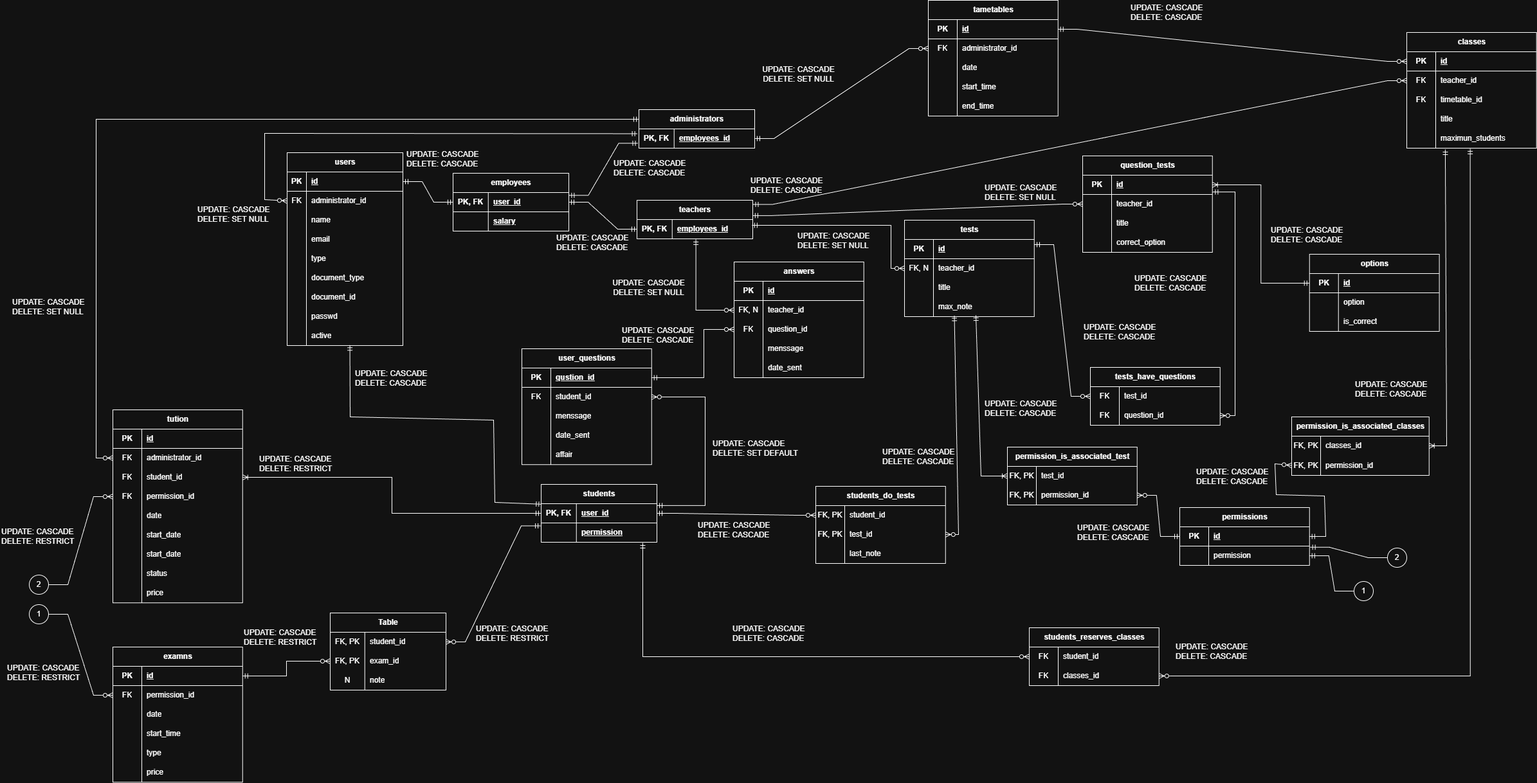
Above: DisenoBD/disenoLogicoAutoquiray.drawio.png in Timmo230/autoquiray (draw.io), before the change. Source tidied: cells renumbered, new cells last; positions are measured from the earlier drawing's top-left corner, leaving out a move shared by most shapes.
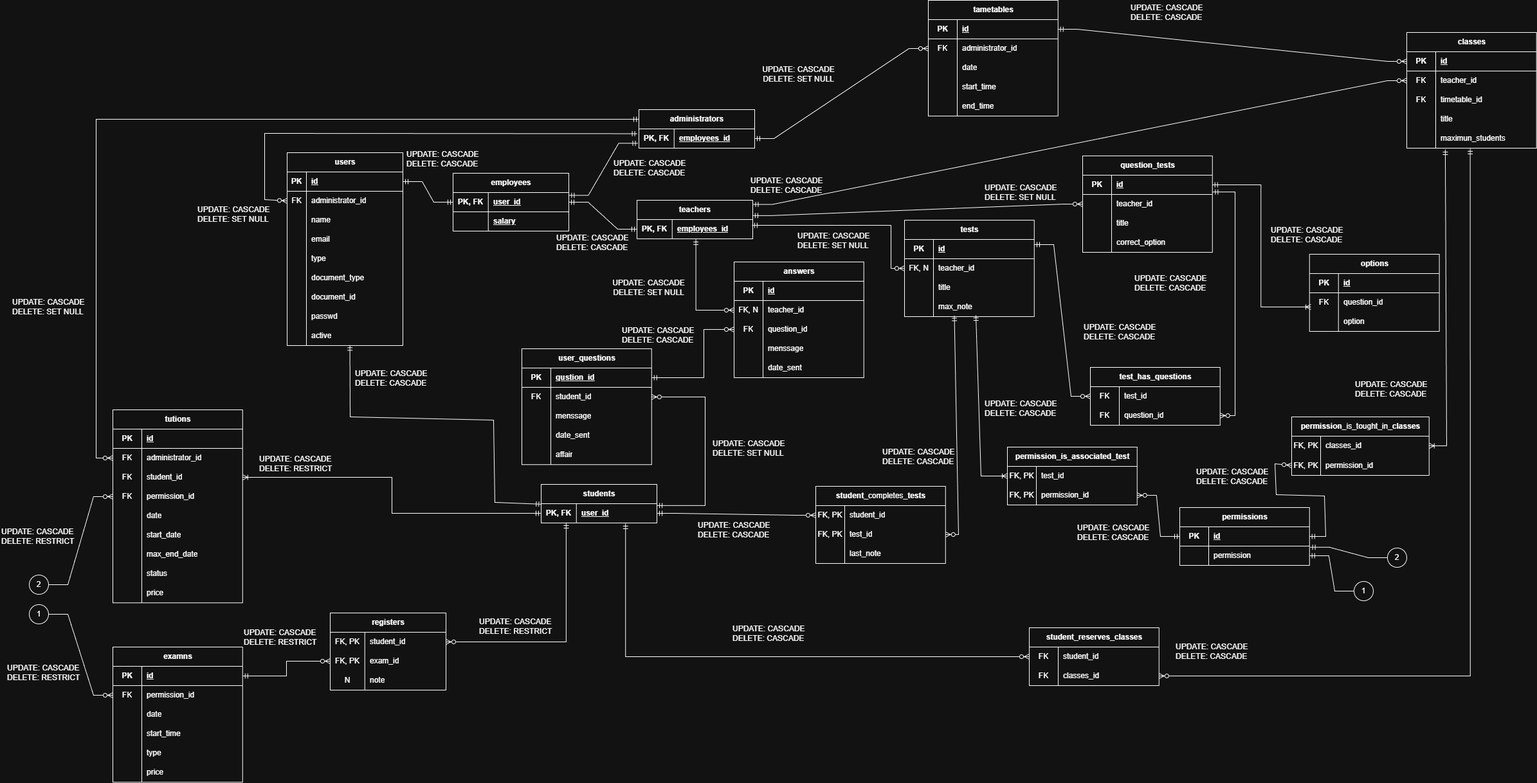
The same file after the commit.

Diff of the diagram source:
```diff
@@ -111,7 +111,7 @@
       <mxGeometry x="54.8" width="125.2" height="30" as="geometry" />
     </mxCell>
     <mxCell id="38" value="students" style="shape=table;startSize=30;rowLines=0;fontStyle=1;align=center;html=1;" parent="1" vertex="1">
-      <mxGeometry x="841" y="753" width="180" height="90" as="geometry" />
+      <mxGeometry x="841" y="753" width="180" height="60" as="geometry" />
     </mxCell>
     <mxCell id="39" style="shape=tableRow;horizontal=0;startSize=0;swimlaneHead=0;swimlaneBody=0;fillColor=none;points=[[0,0.5],[1,0.5]];portConstraint=eastwest;top=0;left=0;right=0;bottom=1;" parent="38" vertex="1">
       <mxGeometry y="30" width="180" height="30" as="geometry" />
@@ -122,15 +122,6 @@
     <mxCell id="41" value="user_id" style="shape=partialRectangle;fillColor=none;top=0;left=0;bottom=0;right=0;align=left;spacingLeft=6;fontStyle=5;overflow=hidden;whiteSpace=wrap;html=1;" parent="39" vertex="1">
       <mxGeometry x="54.8" width="125.2" height="30" as="geometry" />
     </mxCell>
-    <mxCell id="42" style="shape=tableRow;horizontal=0;startSize=0;swimlaneHead=0;swimlaneBody=0;fillColor=none;points=[[0,0.5],[1,0.5]];portConstraint=eastwest;top=0;left=0;right=0;bottom=1;" parent="38" vertex="1">
-      <mxGeometry y="60" width="180" height="30" as="geometry" />
-    </mxCell>
-    <mxCell id="43" style="shape=partialRectangle;fillColor=none;top=0;left=0;bottom=0;right=0;fontStyle=1;overflow=hidden;whiteSpace=wrap;html=1;" parent="42" vertex="1">
-      <mxGeometry width="54.8" height="30" as="geometry" />
-    </mxCell>
-    <mxCell id="44" value="permission" style="shape=partialRectangle;fillColor=none;top=0;left=0;bottom=0;right=0;align=left;spacingLeft=6;fontStyle=5;overflow=hidden;whiteSpace=wrap;html=1;" parent="42" vertex="1">
-      <mxGeometry x="54.8" width="125.2" height="30" as="geometry" />
-    </mxCell>
     <mxCell id="45" value="UPDATE: CASCADE&lt;div&gt;DELETE: CASCADE&lt;/div&gt;" style="text;html=1;whiteSpace=wrap;strokeColor=none;fillColor=none;align=left;verticalAlign=middle;rounded=0;" parent="1" vertex="1">
       <mxGeometry x="550" y="573" width="120" height="30" as="geometry" />
     </mxCell>
@@ -289,7 +280,7 @@
         </Array>
       </mxGeometry>
     </mxCell>
-    <mxCell id="95" value="students_do_tests" style="shape=table;startSize=30;rowLines=0;fontStyle=1;align=center;html=1;" parent="1" vertex="1">
+    <mxCell id="95" value="student_&lt;span style=&quot;font-weight: 400; text-wrap-mode: wrap;&quot;&gt;completes&lt;/span&gt;_tests" style="shape=table;startSize=30;rowLines=0;fontStyle=1;align=center;html=1;" parent="1" vertex="1">
       <mxGeometry x="1268" y="756" width="201.8" height="120" as="geometry" />
     </mxCell>
     <mxCell id="96" style="shape=tableRow;horizontal=0;startSize=0;swimlaneHead=0;swimlaneBody=0;fillColor=none;points=[[0,0.5],[1,0.5]];portConstraint=eastwest;top=0;left=0;right=0;bottom=0;" parent="95" vertex="1">
@@ -368,7 +359,7 @@
     <mxCell id="119" value="correct_option" style="shape=partialRectangle;fillColor=none;top=0;left=0;bottom=0;right=0;align=left;spacingLeft=6;overflow=hidden;whiteSpace=wrap;html=1;" parent="117" vertex="1">
       <mxGeometry x="45" width="156.8" height="30" as="geometry" />
     </mxCell>
-    <mxCell id="120" value="tests_have_questions" style="shape=table;startSize=30;rowLines=0;fontStyle=1;align=center;html=1;" parent="1" vertex="1">
+    <mxCell id="120" value="test_has_questions" style="shape=table;startSize=30;rowLines=0;fontStyle=1;align=center;html=1;" parent="1" vertex="1">
       <mxGeometry x="1695" y="571" width="201.8" height="90" as="geometry" />
     </mxCell>
     <mxCell id="121" style="shape=tableRow;horizontal=0;startSize=0;swimlaneHead=0;swimlaneBody=0;fillColor=none;points=[[0,0.5],[1,0.5]];portConstraint=eastwest;top=0;left=0;right=0;bottom=0;" parent="120" vertex="1">
@@ -449,7 +440,7 @@
     <mxCell id="144" value="maximun_students" style="shape=partialRectangle;fillColor=none;top=0;left=0;bottom=0;right=0;align=left;spacingLeft=6;overflow=hidden;whiteSpace=wrap;html=1;" parent="142" vertex="1">
       <mxGeometry x="45" width="156.8" height="30" as="geometry" />
     </mxCell>
-    <mxCell id="145" value="students_reserves_classes" style="shape=table;startSize=30;rowLines=0;fontStyle=1;align=center;html=1;" parent="1" vertex="1">
+    <mxCell id="145" value="student_reserves_classes" style="shape=table;startSize=30;rowLines=0;fontStyle=1;align=center;html=1;" parent="1" vertex="1">
       <mxGeometry x="1600" y="976" width="201.8" height="90" as="geometry" />
     </mxCell>
     <mxCell id="146" style="shape=tableRow;horizontal=0;startSize=0;swimlaneHead=0;swimlaneBody=0;fillColor=none;points=[[0,0.5],[1,0.5]];portConstraint=eastwest;top=0;left=0;right=0;bottom=0;" parent="145" vertex="1">
@@ -470,13 +461,8 @@
     <mxCell id="151" value="classes_id" style="shape=partialRectangle;fillColor=none;top=0;left=0;bottom=0;right=0;align=left;spacingLeft=6;overflow=hidden;whiteSpace=wrap;html=1;" parent="149" vertex="1">
       <mxGeometry x="45" width="156.8" height="30" as="geometry" />
     </mxCell>
-    <mxCell id="152" style="edgeStyle=elbowEdgeStyle;fontSize=12;html=1;endArrow=ERzeroToMany;startArrow=ERmandOne;rounded=0;entryX=0;entryY=0.5;entryDx=0;entryDy=0;" parent="1" edge="1" target="146">
-      <mxGeometry relative="1" as="geometry">
-        <mxPoint x="999" y="844" as="sourcePoint" />
-        <Array as="points">
-          <mxPoint x="999" y="897" />
-        </Array>
-      </mxGeometry>
+    <mxCell id="152" style="edgeStyle=orthogonalEdgeStyle;fontSize=12;html=1;endArrow=ERzeroToMany;startArrow=ERmandOne;rounded=0;entryX=0;entryY=0.5;entryDx=0;entryDy=0;exitX=0.729;exitY=1.03;exitDx=0;exitDy=0;exitPerimeter=0;" parent="1" edge="1" source="39" target="146">
+      <mxGeometry relative="1" as="geometry" />
     </mxCell>
     <mxCell id="153" style="edgeStyle=orthogonalEdgeStyle;fontSize=12;html=1;endArrow=ERzeroToMany;startArrow=ERmandOne;rounded=0;exitX=0.489;exitY=1.029;exitDx=0;exitDy=0;exitPerimeter=0;" parent="1" edge="1" source="142" target="149">
       <mxGeometry relative="1" as="geometry" />
@@ -562,7 +548,7 @@
     <mxCell id="178" value="UPDATE: CASCADE&lt;div&gt;DELETE: CASCADE&lt;/div&gt;" style="text;html=1;whiteSpace=wrap;strokeColor=none;fillColor=none;align=left;verticalAlign=middle;rounded=0;" parent="1" vertex="1">
       <mxGeometry x="1083" y="809" width="120" height="30" as="geometry" />
     </mxCell>
-    <mxCell id="179" value="UPDATE: CASCADE&lt;div&gt;DELETE: SET DEFAULT&lt;/div&gt;" style="text;html=1;whiteSpace=wrap;strokeColor=none;fillColor=none;align=left;verticalAlign=middle;rounded=0;" parent="1" vertex="1">
+    <mxCell id="179" value="UPDATE: CASCADE&lt;div&gt;DELETE: SET NULL&lt;/div&gt;" style="text;html=1;whiteSpace=wrap;strokeColor=none;fillColor=none;align=left;verticalAlign=middle;rounded=0;" parent="1" vertex="1">
       <mxGeometry x="1106" y="682.3" width="139" height="30" as="geometry" />
     </mxCell>
     <mxCell id="180" value="UPDATE: CASCADE&lt;div&gt;DELETE: CASCADE&lt;/div&gt;" style="text;html=1;whiteSpace=wrap;strokeColor=none;fillColor=none;align=left;verticalAlign=middle;rounded=0;" parent="1" vertex="1">
@@ -665,7 +651,7 @@
     <mxCell id="209" value="price" style="shape=partialRectangle;fillColor=none;top=0;left=0;bottom=0;right=0;align=left;spacingLeft=6;overflow=hidden;whiteSpace=wrap;html=1;" parent="207" vertex="1">
       <mxGeometry x="45" width="156.8" height="30" as="geometry" />
     </mxCell>
-    <mxCell id="210" value="Table" style="shape=table;startSize=30;rowLines=0;fontStyle=1;align=center;html=1;" parent="1" vertex="1">
+    <mxCell id="210" value="registers" style="shape=table;startSize=30;rowLines=0;fontStyle=1;align=center;html=1;" parent="1" vertex="1">
       <mxGeometry x="513" y="953" width="180" height="120" as="geometry" />
     </mxCell>
     <mxCell id="211" style="shape=tableRow;horizontal=0;startSize=0;swimlaneHead=0;swimlaneBody=0;fillColor=none;points=[[0,0.5],[1,0.5]];portConstraint=eastwest;top=0;left=0;right=0;bottom=0;" parent="210" vertex="1">
@@ -695,14 +681,14 @@
     <mxCell id="219" value="note" style="shape=partialRectangle;fillColor=none;top=0;left=0;bottom=0;right=0;align=left;spacingLeft=6;overflow=hidden;whiteSpace=wrap;html=1;" parent="217" vertex="1">
       <mxGeometry x="53.7" width="126.3" height="30" as="geometry" />
     </mxCell>
-    <mxCell id="220" style="edgeStyle=entityRelationEdgeStyle;fontSize=12;html=1;endArrow=ERzeroToMany;startArrow=ERmandOne;rounded=0;exitX=-0.005;exitY=0.148;exitDx=0;exitDy=0;entryX=1;entryY=0.5;entryDx=0;entryDy=0;exitPerimeter=0;" parent="1" edge="1" source="42" target="211">
+    <mxCell id="220" style="edgeStyle=orthogonalEdgeStyle;fontSize=12;html=1;endArrow=ERzeroToMany;startArrow=ERmandOne;rounded=0;exitX=0.216;exitY=0.998;exitDx=0;exitDy=0;entryX=1;entryY=0.5;entryDx=0;entryDy=0;exitPerimeter=0;" parent="1" edge="1" source="39" target="211">
       <mxGeometry relative="1" as="geometry" />
     </mxCell>
     <mxCell id="221" style="edgeStyle=elbowEdgeStyle;fontSize=12;html=1;endArrow=ERzeroToMany;startArrow=ERmandOne;rounded=0;exitX=1;exitY=0.5;exitDx=0;exitDy=0;entryX=0;entryY=0.5;entryDx=0;entryDy=0;" parent="1" edge="1" source="192" target="214">
       <mxGeometry relative="1" as="geometry" />
     </mxCell>
     <mxCell id="222" value="UPDATE: CASCADE&lt;div&gt;DELETE: RESTRICT&lt;/div&gt;" style="text;html=1;whiteSpace=wrap;strokeColor=none;fillColor=none;align=left;verticalAlign=middle;rounded=0;" parent="1" vertex="1">
-      <mxGeometry x="738" y="970" width="120" height="30" as="geometry" />
+      <mxGeometry x="743" y="959" width="120" height="30" as="geometry" />
     </mxCell>
     <mxCell id="223" value="UPDATE: CASCADE&lt;div&gt;DELETE: RESTRICT&lt;/div&gt;" style="text;html=1;whiteSpace=wrap;strokeColor=none;fillColor=none;align=left;verticalAlign=middle;rounded=0;" parent="1" vertex="1">
       <mxGeometry x="376.8" y="976" width="120" height="30" as="geometry" />
@@ -792,7 +778,7 @@
         </Array>
       </mxGeometry>
     </mxCell>
-    <mxCell id="251" value="permission_is_associated_classes" style="shape=table;startSize=30;rowLines=0;fontStyle=1;align=center;html=1;" parent="1" vertex="1">
+    <mxCell id="251" value="permission_&lt;span style=&quot;font-weight: 400; text-wrap-mode: wrap;&quot;&gt;is_tought_in&lt;/span&gt;_classes" style="shape=table;startSize=30;rowLines=0;fontStyle=1;align=center;html=1;" parent="1" vertex="1">
       <mxGeometry x="2008" y="648" width="213.8" height="91" as="geometry" />
     </mxCell>
     <mxCell id="252" style="shape=tableRow;horizontal=0;startSize=0;swimlaneHead=0;swimlaneBody=0;fillColor=none;points=[[0,0.5],[1,0.5]];portConstraint=eastwest;top=0;left=0;right=0;bottom=0;" parent="251" vertex="1">
@@ -842,8 +828,17 @@
     <mxCell id="263" value="id" style="shape=partialRectangle;fillColor=none;top=0;left=0;bottom=0;right=0;align=left;spacingLeft=6;fontStyle=5;overflow=hidden;whiteSpace=wrap;html=1;" parent="261" vertex="1">
       <mxGeometry x="45" width="156.8" height="30" as="geometry" />
     </mxCell>
+    <mxCell id="320" style="shape=tableRow;horizontal=0;startSize=0;swimlaneHead=0;swimlaneBody=0;fillColor=none;points=[[0,0.5],[1,0.5]];portConstraint=eastwest;top=0;left=0;right=0;bottom=0;" parent="260" vertex="1">
+      <mxGeometry y="60" width="201.8" height="30" as="geometry" />
+    </mxCell>
+    <mxCell id="321" value="FK" style="shape=partialRectangle;fillColor=none;top=0;left=0;bottom=0;right=0;overflow=hidden;whiteSpace=wrap;html=1;" parent="320" vertex="1">
+      <mxGeometry width="45" height="30" as="geometry" />
+    </mxCell>
+    <mxCell id="322" value="question_id" style="shape=partialRectangle;fillColor=none;top=0;left=0;bottom=0;right=0;align=left;spacingLeft=6;overflow=hidden;whiteSpace=wrap;html=1;" parent="320" vertex="1">
+      <mxGeometry x="45" width="156.8" height="30" as="geometry" />
+    </mxCell>
     <mxCell id="264" style="shape=tableRow;horizontal=0;startSize=0;swimlaneHead=0;swimlaneBody=0;fillColor=none;top=0;left=0;right=0;bottom=0;" parent="260" vertex="1">
-      <mxGeometry y="60" width="201.8" height="30" as="geometry" />
+      <mxGeometry y="90" width="201.8" height="30" as="geometry" />
     </mxCell>
     <mxCell id="265" style="shape=partialRectangle;fillColor=none;top=0;left=0;bottom=0;right=0;overflow=hidden;whiteSpace=wrap;html=1;" parent="264" vertex="1">
       <mxGeometry width="45" height="30" as="geometry" />
@@ -851,19 +846,10 @@
     <mxCell id="266" value="option" style="shape=partialRectangle;fillColor=none;top=0;left=0;bottom=0;right=0;align=left;spacingLeft=6;overflow=hidden;whiteSpace=wrap;html=1;" parent="264" vertex="1">
       <mxGeometry x="45" width="156.8" height="30" as="geometry" />
     </mxCell>
-    <mxCell id="267" style="shape=tableRow;horizontal=0;startSize=0;swimlaneHead=0;swimlaneBody=0;fillColor=none;top=0;left=0;right=0;bottom=0;" parent="260" vertex="1">
-      <mxGeometry y="90" width="201.8" height="30" as="geometry" />
-    </mxCell>
-    <mxCell id="268" style="shape=partialRectangle;fillColor=none;top=0;left=0;bottom=0;right=0;overflow=hidden;whiteSpace=wrap;html=1;" parent="267" vertex="1">
-      <mxGeometry width="45" height="30" as="geometry" />
-    </mxCell>
-    <mxCell id="269" value="is_correct" style="shape=partialRectangle;fillColor=none;top=0;left=0;bottom=0;right=0;align=left;spacingLeft=6;overflow=hidden;whiteSpace=wrap;html=1;" parent="267" vertex="1">
-      <mxGeometry x="45" width="156.8" height="30" as="geometry" />
-    </mxCell>
-    <mxCell id="270" style="fontSize=12;html=1;endArrow=ERoneToMany;startArrow=ERmandOne;rounded=0;exitX=0;exitY=0.5;exitDx=0;exitDy=0;entryX=1;entryY=0.5;entryDx=0;entryDy=0;edgeStyle=orthogonalEdgeStyle;" parent="1" edge="1" source="261" target="108">
+    <mxCell id="270" style="fontSize=12;html=1;endArrow=ERoneToMany;startArrow=ERmandOne;rounded=0;edgeStyle=orthogonalEdgeStyle;exitX=1;exitY=0.5;exitDx=0;exitDy=0;entryX=0.011;entryY=0.733;entryDx=0;entryDy=0;entryPerimeter=0;" parent="1" edge="1" source="108" target="320">
       <mxGeometry relative="1" as="geometry" />
     </mxCell>
-    <mxCell id="271" value="tution" style="shape=table;startSize=30;rowLines=0;fontStyle=1;align=center;html=1;" parent="1" vertex="1">
+    <mxCell id="271" value="tutions" style="shape=table;startSize=30;rowLines=0;fontStyle=1;align=center;html=1;" parent="1" vertex="1">
       <mxGeometry x="175" y="637" width="201.8" height="300.3" as="geometry" />
     </mxCell>
     <mxCell id="272" style="shape=tableRow;horizontal=0;startSize=0;swimlaneHead=0;swimlaneBody=0;fillColor=none;top=0;left=0;right=0;bottom=1;" parent="271" vertex="1">
@@ -926,7 +912,7 @@
     <mxCell id="291" style="shape=partialRectangle;fillColor=none;top=0;left=0;bottom=0;right=0;overflow=hidden;whiteSpace=wrap;html=1;" parent="290" vertex="1">
       <mxGeometry width="45" height="30" as="geometry" />
     </mxCell>
-    <mxCell id="292" value="start_date" style="shape=partialRectangle;fillColor=none;top=0;left=0;bottom=0;right=0;align=left;spacingLeft=6;overflow=hidden;whiteSpace=wrap;html=1;" parent="290" vertex="1">
+    <mxCell id="292" value="max_end_date" style="shape=partialRectangle;fillColor=none;top=0;left=0;bottom=0;right=0;align=left;spacingLeft=6;overflow=hidden;whiteSpace=wrap;html=1;" parent="290" vertex="1">
       <mxGeometry x="45" width="156.8" height="30" as="geometry" />
     </mxCell>
     <mxCell id="293" style="shape=tableRow;horizontal=0;startSize=0;swimlaneHead=0;swimlaneBody=0;fillColor=none;top=0;left=0;right=0;bottom=0;" parent="271" vertex="1">
```
